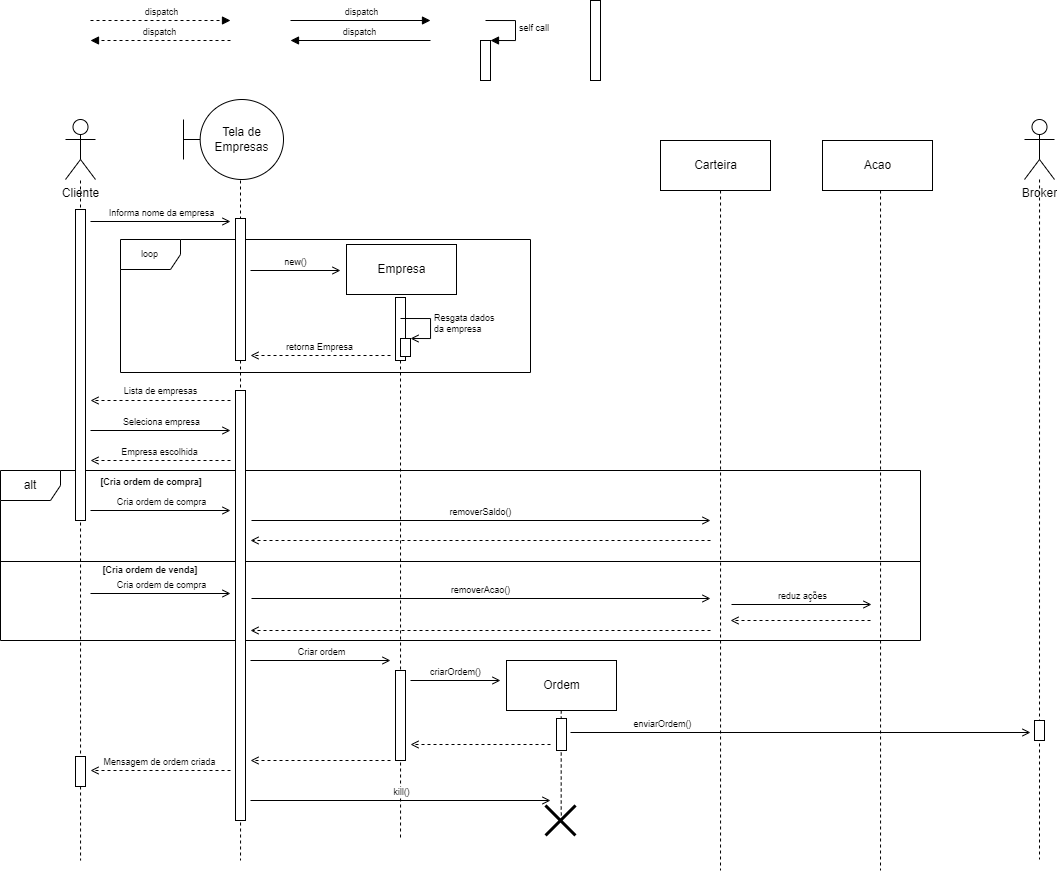
Earlier version of the draw.io export MarketDiagramasDeSequencia/MarketSequencia02.drawio.png (EijiDogen/FEI_MDSMarket). Source tidied: cells renumbered, new cells last; positions are measured from the earlier drawing's top-left corner, leaving out a move shared by most shapes. Source of this version:
```xml
<mxGraphModel>
  <root>
    <mxCell id="0" />
    <mxCell id="1" value="Frames" parent="0" />
    <mxCell id="2" value="loop" style="shape=umlFrame;whiteSpace=wrap;html=1;fontSize=9;" parent="1" vertex="1">
      <mxGeometry x="120" y="239" width="410" height="133" as="geometry" />
    </mxCell>
    <mxCell id="3" value="[Cria ordem de venda]" style="text;html=1;strokeColor=none;fillColor=none;align=center;verticalAlign=middle;whiteSpace=wrap;rounded=0;fontSize=9;fontStyle=1;" parent="1" vertex="1">
      <mxGeometry x="100" y="555" width="100" height="30" as="geometry" />
    </mxCell>
    <mxCell id="4" value="alt" style="shape=umlFrame;whiteSpace=wrap;html=1;" parent="1" vertex="1">
      <mxGeometry y="470" width="920" height="170" as="geometry" />
    </mxCell>
    <mxCell id="5" value="[Cria ordem de compra]" style="text;html=1;strokeColor=none;fillColor=none;align=center;verticalAlign=middle;whiteSpace=wrap;rounded=0;fontSize=9;fontStyle=1;" parent="1" vertex="1">
      <mxGeometry x="92" y="467" width="118" height="30" as="geometry" />
    </mxCell>
    <mxCell id="6" style="line;strokeWidth=1;fillColor=none;align=left;verticalAlign=middle;spacingTop=-1;spacingLeft=3;spacingRight=3;labelPosition=right;" parent="1" vertex="1">
      <mxGeometry y="557" width="920" height="8" as="geometry" />
    </mxCell>
    <mxCell id="7" value="removerAcao()" style="html=1;verticalAlign=bottom;endArrow=open;rounded=0;fontSize=9;endFill=0;" parent="1" edge="1">
      <mxGeometry relative="1" as="geometry">
        <mxPoint x="251" y="598" as="sourcePoint" />
        <mxPoint x="710" y="598" as="targetPoint" />
      </mxGeometry>
    </mxCell>
    <mxCell id="8" style="html=1;verticalAlign=bottom;endArrow=open;rounded=0;dashed=1;fontSize=9;endFill=0;" parent="1" edge="1">
      <mxGeometry relative="1" as="geometry">
        <mxPoint x="710" y="630" as="sourcePoint" />
        <mxPoint x="250" y="630" as="targetPoint" />
      </mxGeometry>
    </mxCell>
    <mxCell id="9" value="Carteira" style="html=1;" parent="1" vertex="1">
      <mxGeometry x="660" y="140" width="110" height="50" as="geometry" />
    </mxCell>
    <mxCell id="10" value="Lifeline" parent="0" />
    <mxCell id="11" style="edgeStyle=orthogonalEdgeStyle;rounded=0;orthogonalLoop=1;jettySize=auto;html=1;dashed=1;endArrow=none;endFill=0;" parent="10" edge="1">
      <mxGeometry relative="1" as="geometry">
        <mxPoint x="80" y="180" as="sourcePoint" />
        <mxPoint x="80" y="860" as="targetPoint" />
        <Array as="points">
          <mxPoint x="80" y="860" />
        </Array>
      </mxGeometry>
    </mxCell>
    <mxCell id="12" style="edgeStyle=orthogonalEdgeStyle;rounded=0;orthogonalLoop=1;jettySize=auto;html=1;endArrow=none;endFill=0;dashed=1;" parent="10" edge="1">
      <mxGeometry relative="1" as="geometry">
        <mxPoint x="240" y="180" as="sourcePoint" />
        <mxPoint x="240" y="860" as="targetPoint" />
        <Array as="points">
          <mxPoint x="240" y="850" />
          <mxPoint x="240" y="850" />
        </Array>
      </mxGeometry>
    </mxCell>
    <mxCell id="13" style="edgeStyle=orthogonalEdgeStyle;rounded=0;orthogonalLoop=1;jettySize=auto;html=1;dashed=1;endArrow=none;endFill=0;anchorPointDirection=1;" parent="10" edge="1">
      <mxGeometry relative="1" as="geometry">
        <mxPoint x="400" y="300" as="sourcePoint" />
        <mxPoint x="400" y="840" as="targetPoint" />
        <Array as="points">
          <mxPoint x="400" y="820" />
        </Array>
      </mxGeometry>
    </mxCell>
    <mxCell id="14" style="edgeStyle=orthogonalEdgeStyle;rounded=0;orthogonalLoop=1;jettySize=auto;html=1;dashed=1;endArrow=none;endFill=0;" parent="10" edge="1">
      <mxGeometry relative="1" as="geometry">
        <mxPoint x="1039" y="179" as="sourcePoint" />
        <mxPoint x="1039" y="859" as="targetPoint" />
        <Array as="points">
          <mxPoint x="1039" y="819" />
        </Array>
      </mxGeometry>
    </mxCell>
    <mxCell id="15" value="Cliente" style="shape=umlActor;verticalLabelPosition=bottom;verticalAlign=top;html=1;" parent="10" vertex="1">
      <mxGeometry x="65" y="119" width="30" height="60" as="geometry" />
    </mxCell>
    <mxCell id="16" value="Tela de Empresas" style="shape=umlBoundary;whiteSpace=wrap;html=1;" parent="10" vertex="1">
      <mxGeometry x="183" y="99" width="100" height="80" as="geometry" />
    </mxCell>
    <mxCell id="17" value="Empresa" style="html=1;" parent="10" vertex="1">
      <mxGeometry x="346" y="244" width="110" height="50" as="geometry" />
    </mxCell>
    <mxCell id="18" value="Broker" style="shape=umlActor;verticalLabelPosition=bottom;verticalAlign=top;html=1;" parent="10" vertex="1">
      <mxGeometry x="1024" y="119" width="30" height="60" as="geometry" />
    </mxCell>
    <mxCell id="19" value="new()" style="html=1;verticalAlign=bottom;endArrow=open;rounded=0;fontSize=9;endFill=0;" parent="10" edge="1">
      <mxGeometry relative="1" as="geometry">
        <mxPoint x="250" y="270" as="sourcePoint" />
        <mxPoint x="340" y="270" as="targetPoint" />
      </mxGeometry>
    </mxCell>
    <mxCell id="20" style="edgeStyle=orthogonalEdgeStyle;rounded=0;orthogonalLoop=1;jettySize=auto;html=1;dashed=1;endArrow=none;endFill=0;" parent="10" edge="1">
      <mxGeometry relative="1" as="geometry">
        <mxPoint x="560.7" y="710" as="sourcePoint" />
        <mxPoint x="561" y="821" as="targetPoint" />
        <Array as="points">
          <mxPoint x="561" y="810" />
          <mxPoint x="561" y="810" />
        </Array>
      </mxGeometry>
    </mxCell>
    <mxCell id="21" value="Ordem" style="html=1;" parent="10" vertex="1">
      <mxGeometry x="506" y="660" width="110" height="50" as="geometry" />
    </mxCell>
    <mxCell id="22" style="edgeStyle=orthogonalEdgeStyle;rounded=0;orthogonalLoop=1;jettySize=auto;html=1;dashed=1;endArrow=none;endFill=0;" parent="10" edge="1">
      <mxGeometry relative="1" as="geometry">
        <mxPoint x="720" y="190" as="sourcePoint" />
        <mxPoint x="720" y="870" as="targetPoint" />
        <Array as="points">
          <mxPoint x="720" y="830" />
        </Array>
      </mxGeometry>
    </mxCell>
    <mxCell id="23" style="html=1;verticalAlign=bottom;endArrow=open;rounded=0;dashed=1;fontSize=9;endFill=0;" parent="10" edge="1">
      <mxGeometry relative="1" as="geometry">
        <mxPoint x="710" y="540" as="sourcePoint" />
        <mxPoint x="250" y="540" as="targetPoint" />
      </mxGeometry>
    </mxCell>
    <mxCell id="24" value="Acao" style="html=1;" parent="10" vertex="1">
      <mxGeometry x="822" y="140" width="110" height="50" as="geometry" />
    </mxCell>
    <mxCell id="25" style="edgeStyle=orthogonalEdgeStyle;rounded=0;orthogonalLoop=1;jettySize=auto;html=1;dashed=1;endArrow=none;endFill=0;" parent="10" edge="1">
      <mxGeometry relative="1" as="geometry">
        <mxPoint x="880" y="190" as="sourcePoint" />
        <mxPoint x="880" y="870" as="targetPoint" />
        <Array as="points">
          <mxPoint x="880" y="830" />
        </Array>
      </mxGeometry>
    </mxCell>
    <mxCell id="26" value="reduz ações" style="html=1;verticalAlign=bottom;endArrow=open;rounded=0;fontSize=9;endFill=0;" parent="10" edge="1">
      <mxGeometry relative="1" as="geometry">
        <mxPoint x="731" y="604" as="sourcePoint" />
        <mxPoint x="871" y="604" as="targetPoint" />
      </mxGeometry>
    </mxCell>
    <mxCell id="27" style="html=1;verticalAlign=bottom;endArrow=open;rounded=0;dashed=1;fontSize=9;endFill=0;" parent="10" edge="1">
      <mxGeometry relative="1" as="geometry">
        <mxPoint x="870" y="620" as="sourcePoint" />
        <mxPoint x="730" y="620" as="targetPoint" />
      </mxGeometry>
    </mxCell>
    <mxCell id="28" value="Criar ordem" style="html=1;verticalAlign=bottom;endArrow=open;rounded=0;fontSize=9;endFill=0;" parent="10" edge="1">
      <mxGeometry relative="1" as="geometry">
        <mxPoint x="250" y="660" as="sourcePoint" />
        <mxPoint x="390" y="660" as="targetPoint" />
      </mxGeometry>
    </mxCell>
    <mxCell id="29" value="enviarOrdem()" style="html=1;verticalAlign=bottom;endArrow=open;rounded=0;fontSize=9;endFill=0;" parent="10" edge="1">
      <mxGeometry x="-0.6" relative="1" as="geometry">
        <mxPoint x="570" y="732" as="sourcePoint" />
        <mxPoint x="1030" y="732" as="targetPoint" />
      </mxGeometry>
    </mxCell>
    <mxCell id="30" style="html=1;verticalAlign=bottom;endArrow=open;rounded=0;dashed=1;fontSize=9;endFill=0;" parent="10" edge="1">
      <mxGeometry relative="1" as="geometry">
        <mxPoint x="390" y="760" as="sourcePoint" />
        <mxPoint x="250" y="760" as="targetPoint" />
      </mxGeometry>
    </mxCell>
    <mxCell id="31" value="Active" parent="0" />
    <mxCell id="32" style="html=1;perimeter=orthogonalPerimeter;fontSize=9;" parent="31" vertex="1">
      <mxGeometry x="590" width="10" height="80" as="geometry" />
    </mxCell>
    <mxCell id="33" style="html=1;perimeter=orthogonalPerimeter;fontSize=9;" parent="31" vertex="1">
      <mxGeometry x="75" y="209" width="10" height="311" as="geometry" />
    </mxCell>
    <mxCell id="34" style="html=1;perimeter=orthogonalPerimeter;fontSize=9;" parent="31" vertex="1">
      <mxGeometry x="75" y="756" width="10" height="30" as="geometry" />
    </mxCell>
    <mxCell id="35" style="html=1;perimeter=orthogonalPerimeter;fontSize=9;" parent="31" vertex="1">
      <mxGeometry x="235" y="218" width="10" height="142" as="geometry" />
    </mxCell>
    <mxCell id="36" style="html=1;perimeter=orthogonalPerimeter;fontSize=9;" parent="31" vertex="1">
      <mxGeometry x="235" y="390" width="10" height="430" as="geometry" />
    </mxCell>
    <mxCell id="37" style="html=1;perimeter=orthogonalPerimeter;fontSize=9;" parent="31" vertex="1">
      <mxGeometry x="556" y="718" width="10" height="32" as="geometry" />
    </mxCell>
    <mxCell id="38" style="html=1;perimeter=orthogonalPerimeter;fontSize=9;" parent="31" vertex="1">
      <mxGeometry x="395" y="670" width="10" height="90" as="geometry" />
    </mxCell>
    <mxCell id="39" style="html=1;perimeter=orthogonalPerimeter;fontSize=9;" parent="31" vertex="1">
      <mxGeometry x="1034" y="720" width="10" height="20" as="geometry" />
    </mxCell>
    <mxCell id="40" value="Messages" parent="0" />
    <mxCell id="41" value="Informa nome da empresa" style="html=1;verticalAlign=bottom;endArrow=open;rounded=0;fontSize=9;endFill=0;" parent="40" edge="1">
      <mxGeometry relative="1" as="geometry">
        <mxPoint x="90" y="221" as="sourcePoint" />
        <mxPoint x="230" y="221" as="targetPoint" />
      </mxGeometry>
    </mxCell>
    <mxCell id="42" value="dispatch" style="html=1;verticalAlign=bottom;endArrow=block;rounded=0;fontSize=9;" parent="40" edge="1">
      <mxGeometry relative="1" as="geometry">
        <mxPoint x="290" y="20" as="sourcePoint" />
        <mxPoint x="430" y="20" as="targetPoint" />
      </mxGeometry>
    </mxCell>
    <mxCell id="43" value="dispatch" style="html=1;verticalAlign=bottom;endArrow=block;rounded=0;dashed=1;fontSize=9;" parent="40" edge="1">
      <mxGeometry relative="1" as="geometry">
        <mxPoint x="90" y="20" as="sourcePoint" />
        <mxPoint x="230" y="20" as="targetPoint" />
      </mxGeometry>
    </mxCell>
    <mxCell id="44" value="dispatch" style="html=1;verticalAlign=bottom;endArrow=block;rounded=0;fontSize=9;" parent="40" edge="1">
      <mxGeometry relative="1" as="geometry">
        <mxPoint x="430" y="40" as="sourcePoint" />
        <mxPoint x="290" y="40" as="targetPoint" />
      </mxGeometry>
    </mxCell>
    <mxCell id="45" value="dispatch" style="html=1;verticalAlign=bottom;endArrow=block;rounded=0;dashed=1;fontSize=9;" parent="40" edge="1">
      <mxGeometry relative="1" as="geometry">
        <mxPoint x="230" y="40" as="sourcePoint" />
        <mxPoint x="90" y="40" as="targetPoint" />
      </mxGeometry>
    </mxCell>
    <mxCell id="46" style="html=1;points=[];perimeter=orthogonalPerimeter;fontSize=9;" parent="40" vertex="1">
      <mxGeometry x="480" y="40" width="10" height="40" as="geometry" />
    </mxCell>
    <mxCell id="47" value="self call" style="edgeStyle=orthogonalEdgeStyle;html=1;align=left;spacingLeft=2;endArrow=block;rounded=0;entryX=1;entryY=0;fontSize=9;" parent="40" edge="1" target="46">
      <mxGeometry relative="1" as="geometry">
        <mxPoint x="485" y="20" as="sourcePoint" />
        <Array as="points">
          <mxPoint x="515" y="20" />
        </Array>
      </mxGeometry>
    </mxCell>
    <mxCell id="48" value="retorna Empresa" style="html=1;verticalAlign=bottom;endArrow=open;rounded=0;fontSize=9;dashed=1;endFill=0;" parent="40" edge="1">
      <mxGeometry relative="1" as="geometry">
        <mxPoint x="390" y="355" as="sourcePoint" />
        <mxPoint x="250" y="355" as="targetPoint" />
      </mxGeometry>
    </mxCell>
    <mxCell id="49" value="Cria ordem de compra" style="html=1;verticalAlign=bottom;endArrow=open;rounded=0;fontSize=9;endFill=0;" parent="40" edge="1">
      <mxGeometry relative="1" as="geometry">
        <mxPoint x="90" y="510" as="sourcePoint" />
        <mxPoint x="230" y="510" as="targetPoint" />
      </mxGeometry>
    </mxCell>
    <mxCell id="50" value="criarOrdem()" style="html=1;verticalAlign=bottom;endArrow=open;rounded=0;fontSize=9;endFill=0;" parent="40" edge="1">
      <mxGeometry relative="1" as="geometry">
        <mxPoint x="410" y="680" as="sourcePoint" />
        <mxPoint x="500" y="680" as="targetPoint" />
      </mxGeometry>
    </mxCell>
    <mxCell id="51" style="html=1;verticalAlign=bottom;endArrow=open;rounded=0;dashed=1;fontSize=9;endFill=0;" parent="40" edge="1">
      <mxGeometry relative="1" as="geometry">
        <mxPoint x="550" y="744" as="sourcePoint" />
        <mxPoint x="410" y="744" as="targetPoint" />
      </mxGeometry>
    </mxCell>
    <mxCell id="52" value="kill()" style="html=1;verticalAlign=bottom;endArrow=open;rounded=0;fontSize=9;endFill=0;" parent="40" edge="1">
      <mxGeometry relative="1" as="geometry">
        <mxPoint x="250" y="800" as="sourcePoint" />
        <mxPoint x="550" y="800" as="targetPoint" />
      </mxGeometry>
    </mxCell>
    <mxCell id="53" value="Mensagem de ordem criada" style="html=1;verticalAlign=bottom;endArrow=open;rounded=0;dashed=1;fontSize=9;endFill=0;" parent="40" edge="1">
      <mxGeometry relative="1" as="geometry">
        <mxPoint x="230" y="770" as="sourcePoint" />
        <mxPoint x="90" y="770" as="targetPoint" />
      </mxGeometry>
    </mxCell>
    <mxCell id="54" style="shape=umlDestroy;whiteSpace=wrap;html=1;strokeWidth=3;fontSize=9;" parent="40" vertex="1">
      <mxGeometry x="545" y="805" width="30" height="30" as="geometry" />
    </mxCell>
    <mxCell id="55" style="html=1;perimeter=orthogonalPerimeter;fontSize=9;" parent="40" vertex="1">
      <mxGeometry x="395" y="297" width="10" height="63" as="geometry" />
    </mxCell>
    <mxCell id="56" style="html=1;points=[];perimeter=orthogonalPerimeter;fontSize=9;" parent="40" vertex="1">
      <mxGeometry x="400" y="338" width="10" height="18" as="geometry" />
    </mxCell>
    <mxCell id="57" value="Resgata dados&lt;br&gt;da empresa" style="edgeStyle=orthogonalEdgeStyle;html=1;align=left;spacingLeft=2;endArrow=open;rounded=0;entryX=1;entryY=0;fontSize=9;endFill=0;" parent="40" edge="1" target="56">
      <mxGeometry relative="1" as="geometry">
        <mxPoint x="400" y="318" as="sourcePoint" />
        <Array as="points">
          <mxPoint x="430" y="318" />
        </Array>
      </mxGeometry>
    </mxCell>
    <mxCell id="58" style="html=1;verticalAlign=bottom;endArrow=open;rounded=0;dashed=1;fontSize=9;endFill=0;" parent="40" edge="1">
      <mxGeometry relative="1" as="geometry">
        <mxPoint x="230" y="400" as="sourcePoint" />
        <mxPoint x="90" y="400" as="targetPoint" />
      </mxGeometry>
    </mxCell>
    <mxCell id="59" value="Lista de empresas" style="edgeLabel;html=1;align=center;verticalAlign=middle;fontSize=9;" parent="58" vertex="1">
      <mxGeometry x="0.16" y="-3" relative="1" as="geometry">
        <mxPoint x="11" y="-7" as="offset" />
      </mxGeometry>
    </mxCell>
    <mxCell id="60" value="Seleciona empresa" style="html=1;verticalAlign=bottom;endArrow=open;rounded=0;fontSize=9;endFill=0;" parent="40" edge="1">
      <mxGeometry relative="1" as="geometry">
        <mxPoint x="90" y="430" as="sourcePoint" />
        <mxPoint x="230" y="430" as="targetPoint" />
      </mxGeometry>
    </mxCell>
    <mxCell id="61" value="Empresa escolhida" style="html=1;verticalAlign=bottom;endArrow=open;rounded=0;fontSize=9;dashed=1;endFill=0;" parent="40" edge="1">
      <mxGeometry relative="1" as="geometry">
        <mxPoint x="230" y="460" as="sourcePoint" />
        <mxPoint x="90" y="460" as="targetPoint" />
      </mxGeometry>
    </mxCell>
    <mxCell id="62" value="removerSaldo()" style="html=1;verticalAlign=bottom;endArrow=open;rounded=0;fontSize=9;endFill=0;" parent="40" edge="1">
      <mxGeometry relative="1" as="geometry">
        <mxPoint x="251" y="520" as="sourcePoint" />
        <mxPoint x="710" y="520" as="targetPoint" />
      </mxGeometry>
    </mxCell>
    <mxCell id="63" value="Cria ordem de compra" style="html=1;verticalAlign=bottom;endArrow=open;rounded=0;fontSize=9;endFill=0;" parent="40" edge="1">
      <mxGeometry relative="1" as="geometry">
        <mxPoint x="90" y="593" as="sourcePoint" />
        <mxPoint x="230" y="593" as="targetPoint" />
      </mxGeometry>
    </mxCell>
  </root>
</mxGraphModel>
```
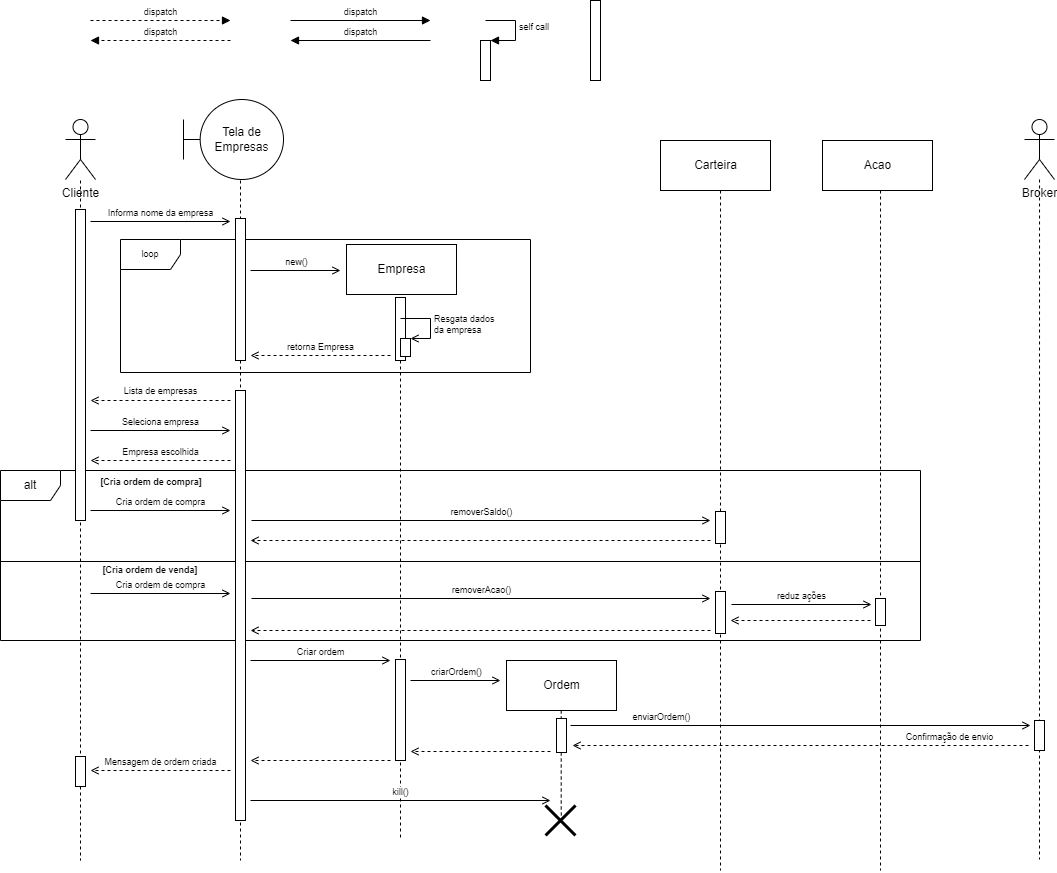
After the commit.

The edit, as a diff of the source:
```diff
@@ -148,8 +148,8 @@
     </mxCell>
     <mxCell id="29" value="enviarOrdem()" style="html=1;verticalAlign=bottom;endArrow=open;rounded=0;fontSize=9;endFill=0;" parent="10" edge="1">
       <mxGeometry x="-0.6" relative="1" as="geometry">
-        <mxPoint x="570" y="732" as="sourcePoint" />
-        <mxPoint x="1030" y="732" as="targetPoint" />
+        <mxPoint x="570" y="725" as="sourcePoint" />
+        <mxPoint x="1030" y="725" as="targetPoint" />
       </mxGeometry>
     </mxCell>
     <mxCell id="30" style="html=1;verticalAlign=bottom;endArrow=open;rounded=0;dashed=1;fontSize=9;endFill=0;" parent="10" edge="1">
@@ -175,14 +175,29 @@
       <mxGeometry x="235" y="390" width="10" height="430" as="geometry" />
     </mxCell>
     <mxCell id="37" style="html=1;perimeter=orthogonalPerimeter;fontSize=9;" parent="31" vertex="1">
-      <mxGeometry x="556" y="718" width="10" height="32" as="geometry" />
+      <mxGeometry x="556" y="718" width="10" height="34" as="geometry" />
     </mxCell>
     <mxCell id="38" style="html=1;perimeter=orthogonalPerimeter;fontSize=9;" parent="31" vertex="1">
-      <mxGeometry x="395" y="670" width="10" height="90" as="geometry" />
+      <mxGeometry x="395" y="659" width="10" height="101" as="geometry" />
     </mxCell>
     <mxCell id="39" style="html=1;perimeter=orthogonalPerimeter;fontSize=9;" parent="31" vertex="1">
-      <mxGeometry x="1034" y="720" width="10" height="20" as="geometry" />
+      <mxGeometry x="1034" y="720" width="10" height="30" as="geometry" />
     </mxCell>
+    <mxCell id="64" style="html=1;perimeter=orthogonalPerimeter;fontSize=9;" parent="31" vertex="1">
+      <mxGeometry x="715" y="511" width="10" height="32" as="geometry" />
+    </mxCell>
+    <mxCell id="65" style="html=1;perimeter=orthogonalPerimeter;fontSize=9;" parent="31" vertex="1">
+      <mxGeometry x="715" y="591" width="10" height="42" as="geometry" />
+    </mxCell>
+    <mxCell id="66" style="html=1;perimeter=orthogonalPerimeter;fontSize=9;" parent="31" vertex="1">
+      <mxGeometry x="875" y="598" width="10" height="27" as="geometry" />
+    </mxCell>
+    <mxCell id="67" value="Confirmação de envio" style="html=1;verticalAlign=bottom;endArrow=open;rounded=0;dashed=1;fontSize=9;endFill=0;" parent="31" edge="1">
+      <mxGeometry x="-0.66" relative="1" as="geometry">
+        <mxPoint x="1028" y="745" as="sourcePoint" />
+        <mxPoint x="572" y="745" as="targetPoint" />
+      </mxGeometry>
+    </mxCell>
     <mxCell id="40" value="Messages" parent="0" />
     <mxCell id="41" value="Informa nome da empresa" style="html=1;verticalAlign=bottom;endArrow=open;rounded=0;fontSize=9;endFill=0;" parent="40" edge="1">
       <mxGeometry relative="1" as="geometry">
@@ -245,8 +260,8 @@
     </mxCell>
     <mxCell id="51" style="html=1;verticalAlign=bottom;endArrow=open;rounded=0;dashed=1;fontSize=9;endFill=0;" parent="40" edge="1">
       <mxGeometry relative="1" as="geometry">
-        <mxPoint x="550" y="744" as="sourcePoint" />
-        <mxPoint x="410" y="744" as="targetPoint" />
+        <mxPoint x="550" y="751" as="sourcePoint" />
+        <mxPoint x="410" y="751" as="targetPoint" />
       </mxGeometry>
     </mxCell>
     <mxCell id="52" value="kill()" style="html=1;verticalAlign=bottom;endArrow=open;rounded=0;fontSize=9;endFill=0;" parent="40" edge="1">
```
